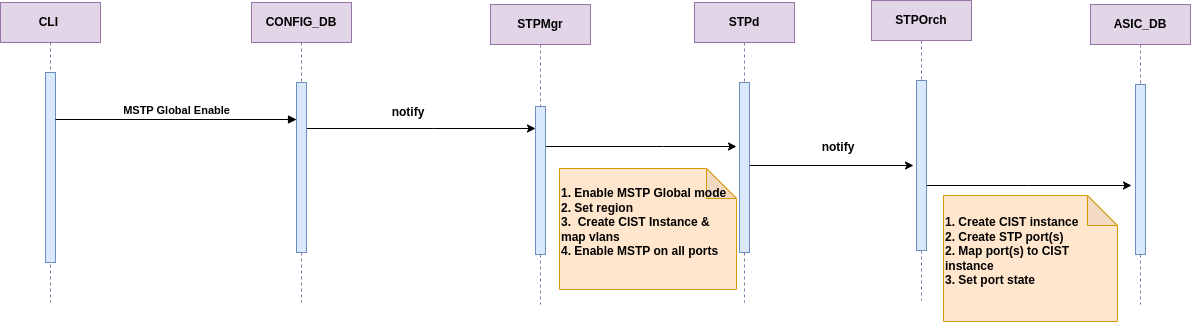
Earlier version of the draw.io export doc/MSTP/images/MSTP_GLobal_enable.drawio.png (sonic-net/SONiC). Source tidied: cells renumbered, new cells last; positions are measured from the earlier drawing's top-left corner, leaving out a move shared by most shapes.
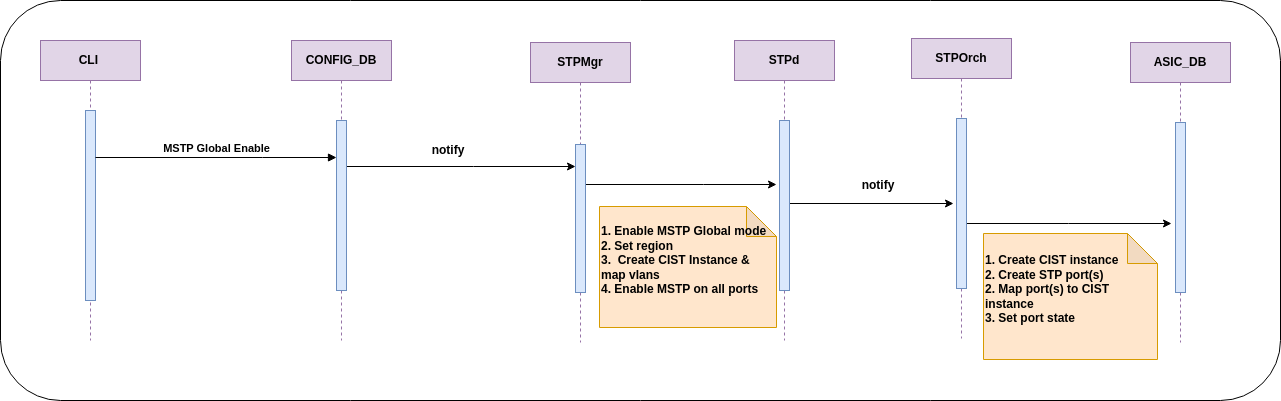
Later version of the same file.

Change to the diagram source:
```diff
@@ -2,6 +2,9 @@
   <root>
     <mxCell id="0" />
     <mxCell id="1" parent="0" />
+    <mxCell id="23" style="rounded=1;whiteSpace=wrap;html=1;" parent="1" vertex="1">
+      <mxGeometry x="-40" y="-38" width="1280" height="400" as="geometry" />
+    </mxCell>
     <mxCell id="2" value="CLI&amp;nbsp;" style="shape=umlLifeline;perimeter=lifelinePerimeter;whiteSpace=wrap;html=1;newEdgeStyle={&quot;edgeStyle&quot;:&quot;elbowEdgeStyle&quot;,&quot;elbow&quot;:&quot;vertical&quot;,&quot;curved&quot;:0,&quot;rounded&quot;:0};fillColor=#e1d5e7;strokeColor=#9673a6;fontStyle=1;" parent="1" vertex="1">
       <mxGeometry y="2" width="100" height="300" as="geometry" />
     </mxCell>
```
